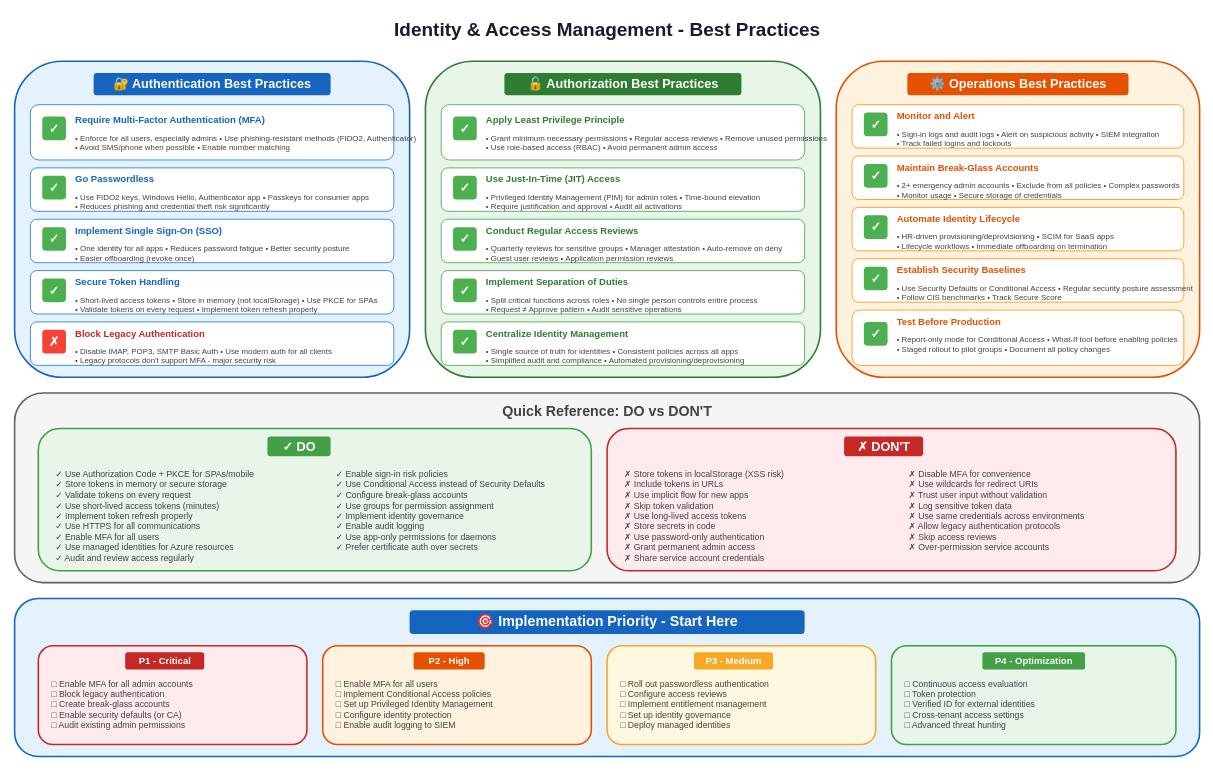
This is lesson-04-identity-access-management/diagrams/7.1-iam-best-practices.drawio from MrParkerZ7/document-lesson-software-architect-x-claude, a draw.io file, before an edit. Source tidied: cells renumbered, new cells numbered last; positions are measured from the earlier drawing's top-left corner, leaving out a move shared by most shapes. Both pictures are drawn from the tidied source at 79%, with x=0, y=0 at pixel (14, 13).
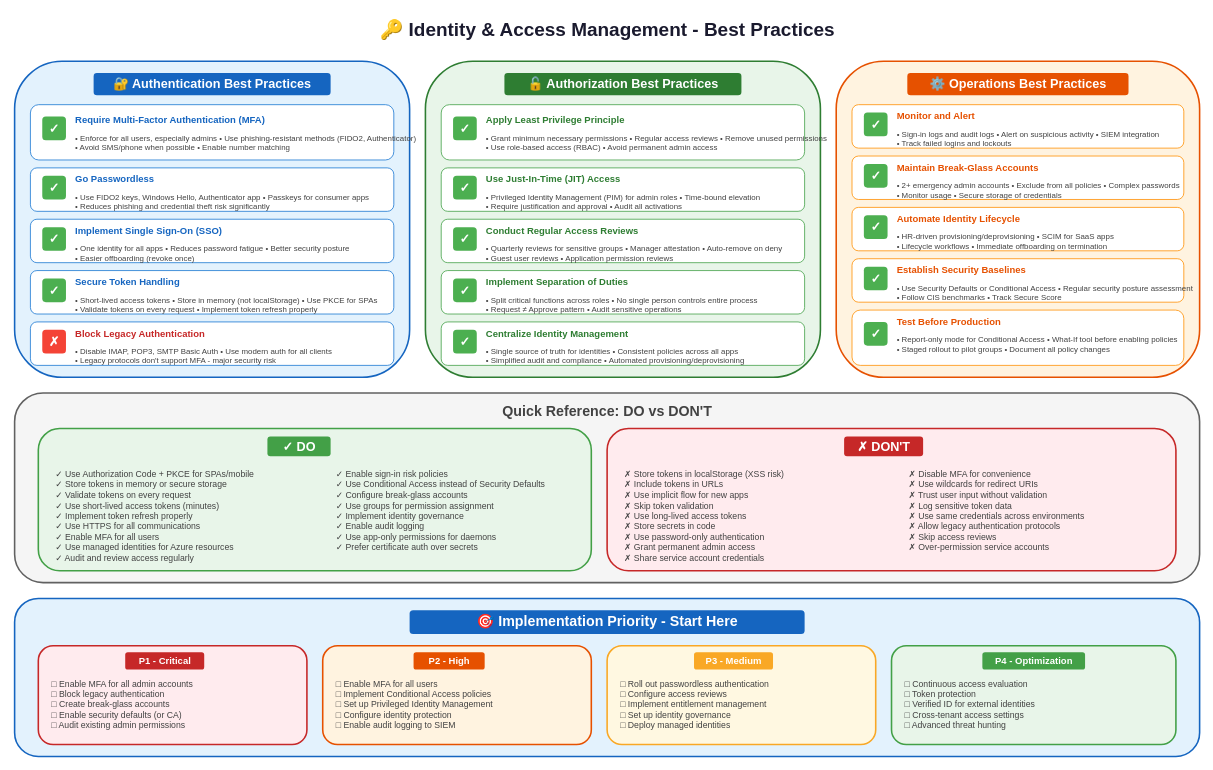
The same diagram, later.

What changed in the source:
```diff
@@
-    <mxCell id="2" value="Identity &amp; Access Management - Best Practices" style="text;html=1;strokeColor=none;fillColor=none;align=center;verticalAlign=middle;fontSize=24;fontStyle=1;fontColor=#1a1a2e;" parent="1" vertex="1">
+    <mxCell id="2" value="🔑 Identity &amp; Access Management - Best Practices" style="text;html=1;strokeColor=none;fillColor=none;align=center;verticalAlign=middle;fontSize=24;fontStyle=1;fontColor=#1a1a2e;" parent="1" vertex="1">
       <mxGeometry x="400" width="700" height="40" as="geometry" />
     </mxCell>
```
